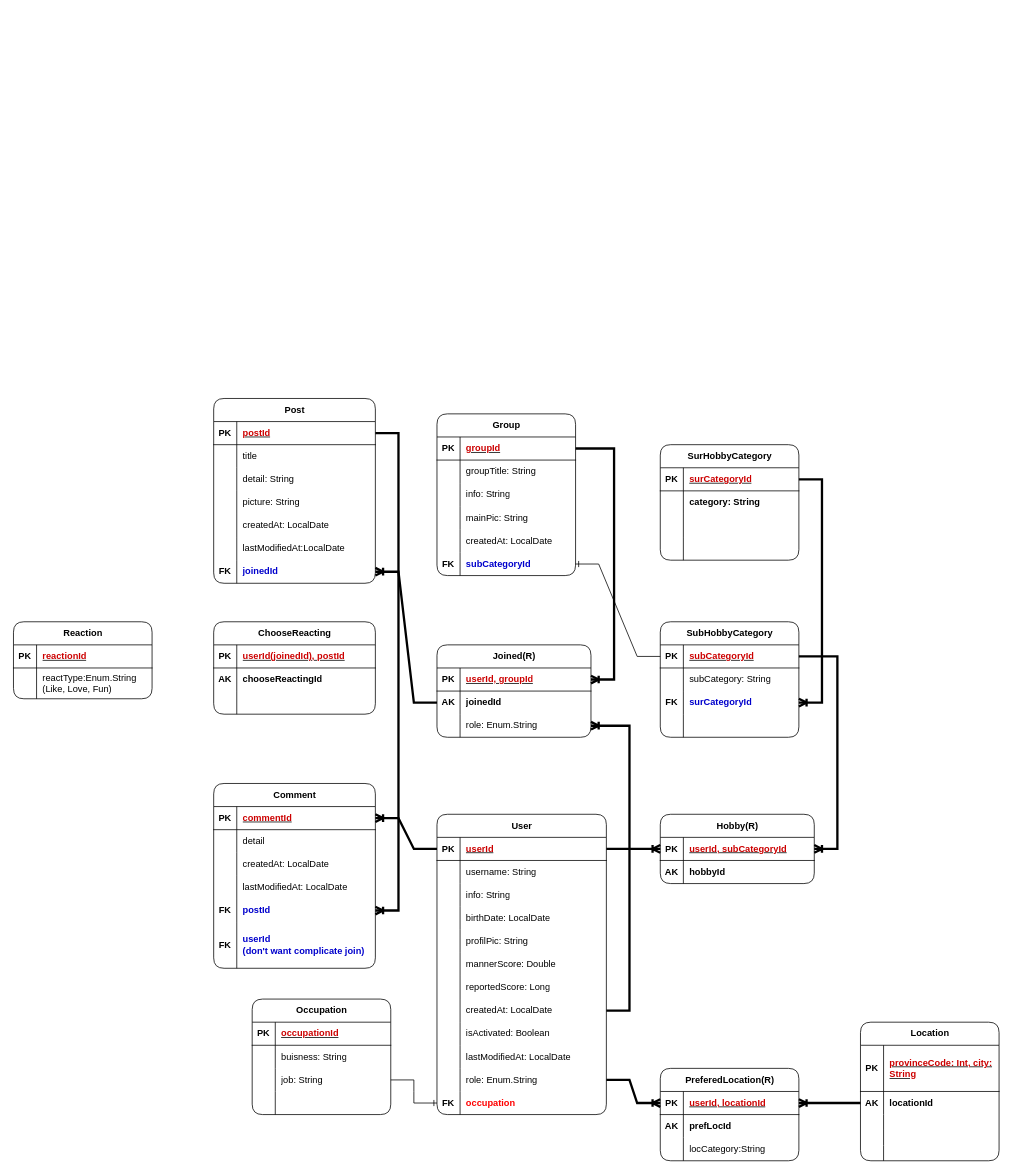
This is ER-D/Juntísimo conceptual modeling.drawio from rojae1339/juntisimo, a draw.io file, before an edit. Source tidied: cells renumbered, new cells numbered last; positions are measured from the earlier drawing's top-left corner, leaving out a move shared by most shapes. Both pictures are drawn from the tidied source at 77%, with x=0, y=0 at pixel (13, 398).
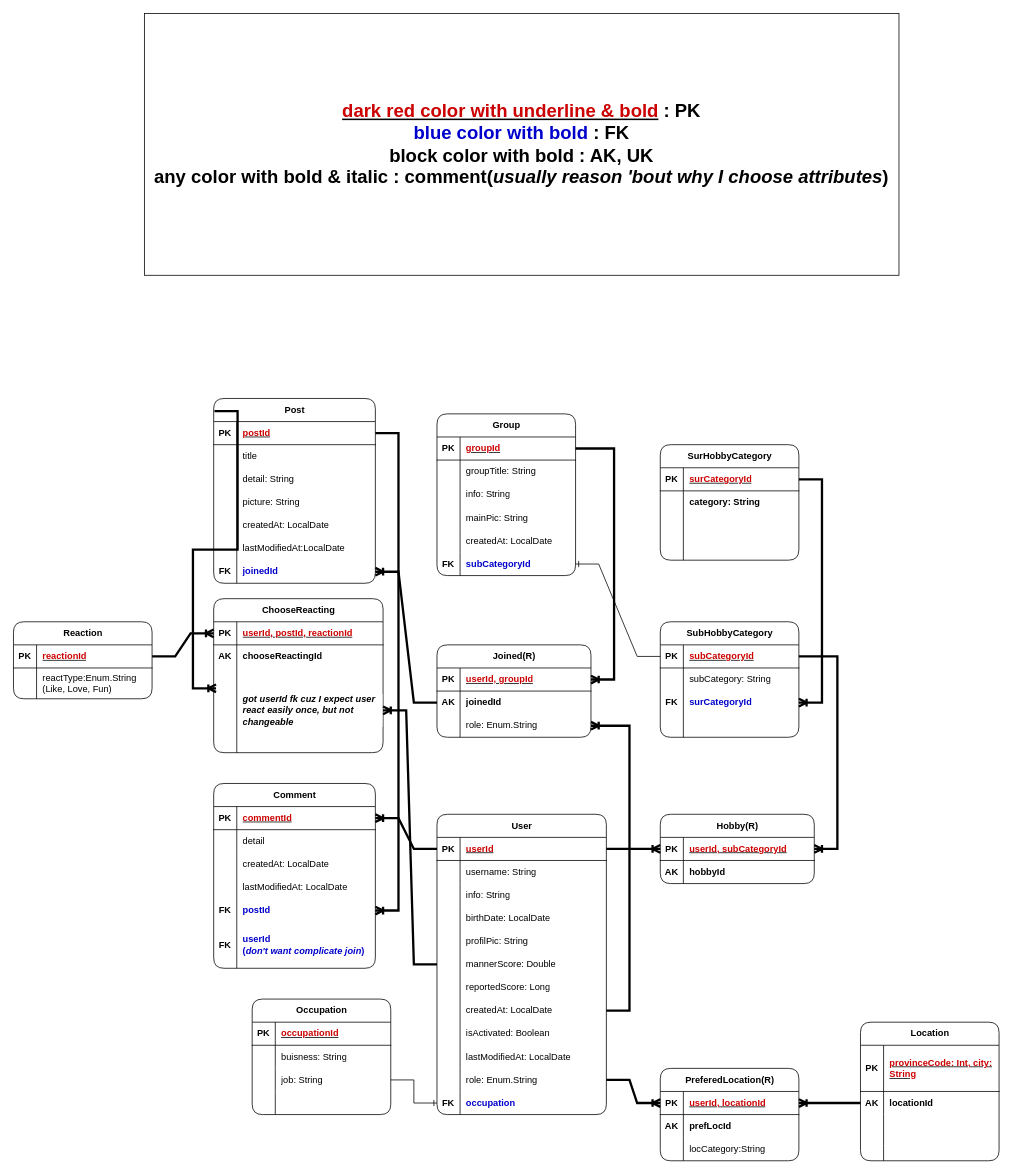
Above is the later version.

Unchanged cells that the change refers to:
```xml
<mxCell id="2" value="User" style="shape=table;startSize=30;childLayout=tableLayout;rowLines=0;fontStyle=1;align=center;html=1;fillStyle=auto;strokeColor=default;rounded=1;" parent="1" vertex="1">
  <mxGeometry x="550" y="540" width="220" height="390" as="geometry" />
</mxCell>
<mxCell id="36" style="shape=tableRow;horizontal=0;startSize=0;swimlaneHead=0;swimlaneBody=0;fillColor=none;points=[[0,0.5],[1,0.5]];portConstraint=eastwest;top=0;left=0;right=0;bottom=0;" parent="2" vertex="1">
  <mxGeometry y="360" width="220" height="30" as="geometry" />
</mxCell>
<mxCell id="149" value="Post" style="shape=table;startSize=30;childLayout=tableLayout;rowLines=0;fontStyle=1;align=center;html=1;rounded=1;strokeColor=default;verticalAlign=middle;fontFamily=Helvetica;fontSize=12;fontColor=default;fillColor=default;" parent="1" vertex="1">
  <mxGeometry x="260" width="210" height="240" as="geometry" />
</mxCell>
<mxCell id="188" style="shape=tableRow;horizontal=0;startSize=0;swimlaneHead=0;swimlaneBody=0;fillColor=none;top=0;left=0;right=0;bottom=0;rounded=1;strokeColor=default;align=center;verticalAlign=middle;fontFamily=Helvetica;fontSize=12;fontColor=default;fontStyle=1;" parent="172" vertex="1">
  <mxGeometry y="180" width="210" height="60" as="geometry" />
</mxCell>
<mxCell id="194" style="shape=tableRow;horizontal=0;startSize=0;swimlaneHead=0;swimlaneBody=0;fillColor=none;points=[[0,0.5],[1,0.5]];portConstraint=eastwest;top=0;left=0;right=0;bottom=1;rounded=1;strokeColor=default;align=center;verticalAlign=middle;fontFamily=Helvetica;fontSize=12;fontColor=default;fontStyle=1;labelBackgroundColor=default;" parent="193" vertex="1">
  <mxGeometry y="30" width="180" height="30" as="geometry" />
</mxCell>
```

What changed in the source:
```diff
@@
-    <mxCell id="38" value="&lt;font color=&quot;#ff0000&quot;&gt;&lt;b&gt;occupation&lt;/b&gt;&lt;/font&gt;" style="shape=partialRectangle;fillColor=none;top=0;left=0;bottom=0;right=0;align=left;spacingLeft=6;overflow=hidden;whiteSpace=wrap;html=1;strokeColor=default;strokeWidth=1;" parent="36" vertex="1">
+    <mxCell id="38" value="&lt;b style=&quot;&quot;&gt;&lt;font color=&quot;#0000cc&quot;&gt;occupation&lt;/font&gt;&lt;/b&gt;" style="shape=partialRectangle;fillColor=none;top=0;left=0;bottom=0;right=0;align=left;spacingLeft=6;overflow=hidden;whiteSpace=wrap;html=1;strokeColor=default;strokeWidth=1;" parent="36" vertex="1">
       <mxGeometry x="30" width="190" height="30" as="geometry" />
     </mxCell>
@@
-    <mxCell id="190" value="&lt;font color=&quot;#0000cc&quot;&gt;userId&lt;/font&gt;&lt;div&gt;&lt;font color=&quot;#0000cc&quot;&gt;(don't want complicate join)&lt;/font&gt;&lt;/div&gt;" style="shape=partialRectangle;fillColor=none;top=0;left=0;bottom=0;right=0;align=left;spacingLeft=6;overflow=hidden;whiteSpace=wrap;html=1;rounded=1;strokeColor=default;verticalAlign=middle;fontFamily=Helvetica;fontSize=12;fontColor=default;fontStyle=1;" parent="188" vertex="1">
+    <mxCell id="190" value="&lt;font color=&quot;#0000cc&quot;&gt;userId&lt;/font&gt;&lt;div&gt;&lt;font color=&quot;#0000cc&quot;&gt;(&lt;i&gt;don't want complicate join&lt;/i&gt;)&lt;/font&gt;&lt;/div&gt;" style="shape=partialRectangle;fillColor=none;top=0;left=0;bottom=0;right=0;align=left;spacingLeft=6;overflow=hidden;whiteSpace=wrap;html=1;rounded=1;strokeColor=default;verticalAlign=middle;fontFamily=Helvetica;fontSize=12;fontColor=default;fontStyle=1;" parent="188" vertex="1">
       <mxGeometry x="30" width="180" height="60" as="geometry" />
     </mxCell>
@@
     <mxCell id="200" value="ChooseReacting" style="shape=table;startSize=30;childLayout=tableLayout;rowLines=0;fontStyle=1;align=center;html=1;rounded=1;strokeColor=default;verticalAlign=middle;fontFamily=Helvetica;fontSize=12;fontColor=default;labelBackgroundColor=default;fillColor=default;" parent="1" vertex="1">
-      <mxGeometry x="260" y="290" width="210" height="120" as="geometry" />
+      <mxGeometry x="260" y="260" width="220" height="200" as="geometry" />
     </mxCell>
     <mxCell id="201" style="shape=tableRow;horizontal=0;startSize=0;swimlaneHead=0;swimlaneBody=0;fillColor=none;points=[[0,0.5],[1,0.5]];portConstraint=eastwest;top=0;left=0;right=0;bottom=1;rounded=1;strokeColor=default;align=center;verticalAlign=middle;fontFamily=Helvetica;fontSize=12;fontColor=default;fontStyle=1;labelBackgroundColor=default;" parent="200" vertex="1">
-      <mxGeometry y="30" width="210" height="30" as="geometry" />
+      <mxGeometry y="30" width="220" height="30" as="geometry" />
     </mxCell>
@@
-    <mxCell id="203" value="&lt;font color=&quot;#cc0000&quot;&gt;userId(joinedId), postId&lt;/font&gt;" style="shape=partialRectangle;fillColor=none;top=0;left=0;bottom=0;right=0;align=left;spacingLeft=6;fontStyle=5;overflow=hidden;whiteSpace=wrap;html=1;rounded=1;strokeColor=default;verticalAlign=middle;fontFamily=Helvetica;fontSize=12;fontColor=default;labelBackgroundColor=default;" parent="201" vertex="1">
-      <mxGeometry x="30" width="180" height="30" as="geometry" />
+    <mxCell id="203" value="&lt;font color=&quot;#cc0000&quot;&gt;userId, postId, reactionId&lt;/font&gt;" style="shape=partialRectangle;fillColor=none;top=0;left=0;bottom=0;right=0;align=left;spacingLeft=6;fontStyle=5;overflow=hidden;whiteSpace=wrap;html=1;rounded=1;strokeColor=default;verticalAlign=middle;fontFamily=Helvetica;fontSize=12;fontColor=default;labelBackgroundColor=default;" parent="201" vertex="1">
+      <mxGeometry x="30" width="190" height="30" as="geometry" />
     </mxCell>
     <mxCell id="204" style="shape=tableRow;horizontal=0;startSize=0;swimlaneHead=0;swimlaneBody=0;fillColor=none;top=0;left=0;right=0;bottom=0;rounded=1;strokeColor=default;align=center;verticalAlign=middle;fontFamily=Helvetica;fontSize=12;fontColor=default;fontStyle=1;labelBackgroundColor=default;" parent="200" vertex="1">
-      <mxGeometry y="60" width="210" height="30" as="geometry" />
+      <mxGeometry y="60" width="220" height="30" as="geometry" />
     </mxCell>
@@
     <mxCell id="206" value="chooseReactingId" style="shape=partialRectangle;fillColor=none;top=0;left=0;bottom=0;right=0;align=left;spacingLeft=6;overflow=hidden;whiteSpace=wrap;html=1;rounded=1;strokeColor=default;verticalAlign=middle;fontFamily=Helvetica;fontSize=12;fontColor=default;fontStyle=1;labelBackgroundColor=default;" parent="204" vertex="1">
-      <mxGeometry x="30" width="180" height="30" as="geometry" />
+      <mxGeometry x="30" width="190" height="30" as="geometry" />
     </mxCell>
     <mxCell id="207" style="shape=tableRow;horizontal=0;startSize=0;swimlaneHead=0;swimlaneBody=0;fillColor=none;points=[[0,0.5],[1,0.5]];portConstraint=eastwest;top=0;left=0;right=0;bottom=0;rounded=1;strokeColor=default;align=center;verticalAlign=middle;fontFamily=Helvetica;fontSize=12;fontColor=default;fontStyle=1;labelBackgroundColor=default;" parent="200" vertex="1">
-      <mxGeometry y="90" width="210" height="30" as="geometry" />
+      <mxGeometry y="90" width="220" height="110" as="geometry" />
     </mxCell>
     <mxCell id="208" style="shape=partialRectangle;fillColor=none;top=0;left=0;bottom=0;right=0;overflow=hidden;whiteSpace=wrap;html=1;rounded=1;strokeColor=default;align=center;verticalAlign=middle;fontFamily=Helvetica;fontSize=12;fontColor=default;fontStyle=1;labelBackgroundColor=default;" parent="207" vertex="1">
-      <mxGeometry width="30" height="30" as="geometry" />
+      <mxGeometry width="30" height="110" as="geometry" />
     </mxCell>
-    <mxCell id="209" style="shape=partialRectangle;fillColor=none;top=0;left=0;bottom=0;right=0;align=left;spacingLeft=6;overflow=hidden;whiteSpace=wrap;html=1;rounded=1;strokeColor=default;verticalAlign=middle;fontFamily=Helvetica;fontSize=12;fontColor=default;fontStyle=1;labelBackgroundColor=default;" parent="207" vertex="1">
-      <mxGeometry x="30" width="180" height="30" as="geometry" />
+    <mxCell id="209" value="&lt;i&gt;got userId fk cuz I expect user react easily once, but not changeable&lt;/i&gt;" style="shape=partialRectangle;fillColor=none;top=0;left=0;bottom=0;right=0;align=left;spacingLeft=6;overflow=hidden;whiteSpace=wrap;html=1;rounded=1;strokeColor=default;verticalAlign=middle;fontFamily=Helvetica;fontSize=12;fontColor=default;fontStyle=1;labelBackgroundColor=default;" parent="207" vertex="1">
+      <mxGeometry x="30" width="190" height="110" as="geometry" />
     </mxCell>
+    <mxCell id="210" value="&lt;font style=&quot;font-size: 24px;&quot;&gt;&lt;u style=&quot;&quot;&gt;&lt;font style=&quot;font-size: 24px;&quot; color=&quot;#cc0000&quot;&gt;dark red color with underline &amp;amp; bold&lt;/font&gt;&lt;/u&gt; : PK&lt;/font&gt;&lt;div style=&quot;font-size: 24px;&quot;&gt;&lt;font style=&quot;font-size: 24px;&quot;&gt;&lt;font style=&quot;font-size: 24px;&quot; color=&quot;#0000cc&quot;&gt;blue color with bold&lt;/font&gt; : FK&lt;/font&gt;&lt;/div&gt;&lt;div style=&quot;font-size: 24px;&quot;&gt;&lt;font style=&quot;font-size: 24px;&quot;&gt;block color with bold : AK, UK&lt;/font&gt;&lt;/div&gt;&lt;div style=&quot;font-size: 24px;&quot;&gt;&lt;font style=&quot;font-size: 24px;&quot;&gt;any color with bold &amp;amp; italic : comment(&lt;i style=&quot;&quot;&gt;usually reason 'bout why I choose attributes&lt;/i&gt;)&lt;/font&gt;&lt;/div&gt;" style="rounded=0;whiteSpace=wrap;html=1;strokeColor=default;align=center;verticalAlign=middle;fontFamily=Helvetica;fontSize=12;fontColor=default;fontStyle=1;labelBackgroundColor=default;fillColor=default;" parent="1" vertex="1">
+      <mxGeometry x="170" y="-500" width="980" height="340" as="geometry" />
+    </mxCell>
+    <mxCell id="211" style="edgeStyle=entityRelationEdgeStyle;fontSize=12;html=1;endArrow=ERoneToMany;rounded=0;strokeColor=default;strokeWidth=3;align=center;verticalAlign=middle;fontFamily=Helvetica;fontColor=default;fontStyle=1;labelBackgroundColor=default;exitX=0.005;exitY=0.068;exitDx=0;exitDy=0;exitPerimeter=0;entryX=0.014;entryY=0.24;entryDx=0;entryDy=0;entryPerimeter=0;" parent="1" edge="1" source="149" target="207">
+      <mxGeometry relative="1" as="geometry">
+        <Array as="points">
+          <mxPoint x="180" y="250" />
+        </Array>
+      </mxGeometry>
+    </mxCell>
+    <mxCell id="212" style="edgeStyle=entityRelationEdgeStyle;fontSize=12;html=1;endArrow=ERoneToMany;rounded=0;strokeColor=default;strokeWidth=3;align=center;verticalAlign=middle;fontFamily=Helvetica;fontColor=default;fontStyle=1;labelBackgroundColor=default;" parent="1" edge="1" source="194" target="201">
+      <mxGeometry relative="1" as="geometry" />
+    </mxCell>
+    <mxCell id="213" style="edgeStyle=entityRelationEdgeStyle;fontSize=12;html=1;endArrow=ERoneToMany;rounded=0;strokeColor=default;strokeWidth=3;align=center;verticalAlign=middle;fontFamily=Helvetica;fontColor=default;fontStyle=1;labelBackgroundColor=default;" parent="1" edge="1" source="2" target="207">
+      <mxGeometry relative="1" as="geometry" />
+    </mxCell>
```
